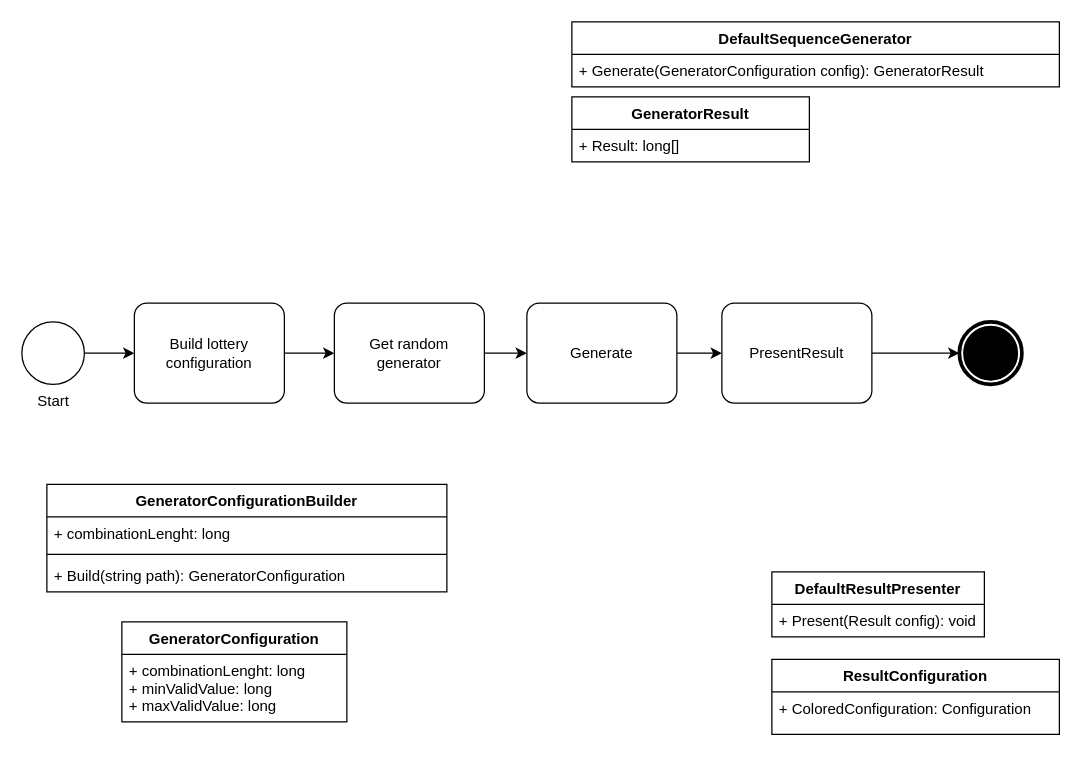
vitaliiTolmachov/LotteryNumberGenerator keeps this draw.io diagram as LotteryNumberGenerator/Diagrams/FlowDiagram.drawio. Above is the earlier version. Source tidied: cells renumbered, new cells numbered last; positions are measured from the earlier drawing's top-left corner, leaving out a move shared by most shapes. Both pictures are drawn from the tidied source at 125%, with x=0, y=0 at pixel (21, 21).
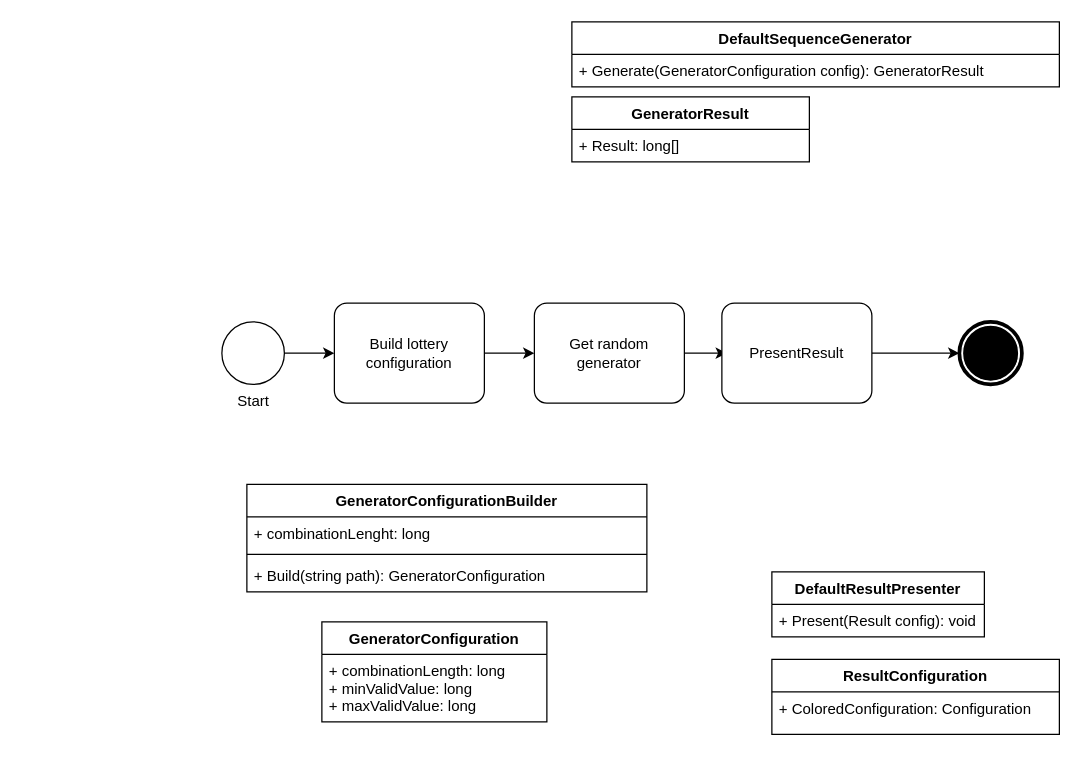
Above is the later version.

The change refers to these unchanged cells:
```xml
<mxCell id="11" value="PresentResult" style="points=[[0.25,0,0],[0.5,0,0],[0.75,0,0],[1,0.25,0],[1,0.5,0],[1,0.75,0],[0.75,1,0],[0.5,1,0],[0.25,1,0],[0,0.75,0],[0,0.5,0],[0,0.25,0]];shape=mxgraph.bpmn.task;whiteSpace=wrap;rectStyle=rounded;size=10;taskMarker=abstract;" parent="1" vertex="1">
  <mxGeometry x="560" y="225" width="120" height="80" as="geometry" />
</mxCell>
```

Diff of the diagram source:
```diff
@@
     <mxCell id="3" value="Start" style="points=[[0.145,0.145,0],[0.5,0,0],[0.855,0.145,0],[1,0.5,0],[0.855,0.855,0],[0.5,1,0],[0.145,0.855,0],[0,0.5,0]];shape=mxgraph.bpmn.event;html=1;verticalLabelPosition=bottom;labelBackgroundColor=#ffffff;verticalAlign=top;align=center;perimeter=ellipsePerimeter;outlineConnect=0;outline=standard;symbol=general;" parent="1" vertex="1">
-      <mxGeometry y="240" width="50" height="50" as="geometry" />
+      <mxGeometry x="160" y="240" width="50" height="50" as="geometry" />
     </mxCell>
@@
     <mxCell id="5" value="Build lottery configuration" style="points=[[0.25,0,0],[0.5,0,0],[0.75,0,0],[1,0.25,0],[1,0.5,0],[1,0.75,0],[0.75,1,0],[0.5,1,0],[0.25,1,0],[0,0.75,0],[0,0.5,0],[0,0.25,0]];shape=mxgraph.bpmn.task;whiteSpace=wrap;rectStyle=rounded;size=10;taskMarker=abstract;" parent="1" vertex="1">
-      <mxGeometry x="90" y="225" width="120" height="80" as="geometry" />
+      <mxGeometry x="250" y="225" width="120" height="80" as="geometry" />
     </mxCell>
-    <mxCell id="6" style="edgeStyle=orthogonalEdgeStyle;rounded=0;jettySize=auto;html=1;" parent="1" edge="1" source="7" target="9">
-      <mxGeometry relative="1" as="geometry" />
+    <mxCell id="6" style="edgeStyle=orthogonalEdgeStyle;rounded=0;jettySize=auto;html=1;" parent="1" edge="1" source="7">
+      <mxGeometry relative="1" as="geometry">
+        <mxPoint x="564" y="265" as="targetPoint" />
+      </mxGeometry>
     </mxCell>
     <mxCell id="7" value="Get random generator" style="points=[[0.25,0,0],[0.5,0,0],[0.75,0,0],[1,0.25,0],[1,0.5,0],[1,0.75,0],[0.75,1,0],[0.5,1,0],[0.25,1,0],[0,0.75,0],[0,0.5,0],[0,0.25,0]];shape=mxgraph.bpmn.task;whiteSpace=wrap;rectStyle=rounded;size=10;taskMarker=abstract;" parent="1" vertex="1">
-      <mxGeometry x="250" y="225" width="120" height="80" as="geometry" />
+      <mxGeometry x="410" y="225" width="120" height="80" as="geometry" />
     </mxCell>
-    <mxCell id="8" style="edgeStyle=orthogonalEdgeStyle;rounded=0;jettySize=auto;html=1;" parent="1" edge="1" source="9" target="11">
-      <mxGeometry relative="1" as="geometry" />
-    </mxCell>
-    <mxCell id="9" value="Generate" style="points=[[0.25,0,0],[0.5,0,0],[0.75,0,0],[1,0.25,0],[1,0.5,0],[1,0.75,0],[0.75,1,0],[0.5,1,0],[0.25,1,0],[0,0.75,0],[0,0.5,0],[0,0.25,0]];shape=mxgraph.bpmn.task;whiteSpace=wrap;rectStyle=rounded;size=10;taskMarker=abstract;" parent="1" vertex="1">
-      <mxGeometry x="404" y="225" width="120" height="80" as="geometry" />
-    </mxCell>
@@
     <mxCell id="13" value="GeneratorConfigurationBuilder" style="swimlane;fontStyle=1;align=center;verticalAlign=top;horizontal=1;startSize=26;" parent="1" vertex="1">
-      <mxGeometry x="20" y="370" width="320" height="86" as="geometry" />
+      <mxGeometry x="180" y="370" width="320" height="86" as="geometry" />
     </mxCell>
@@
     <mxCell id="17" value="GeneratorConfiguration" style="swimlane;fontStyle=1;align=center;verticalAlign=top;horizontal=1;startSize=26;" parent="1" vertex="1">
-      <mxGeometry x="80" y="480" width="180" height="80" as="geometry" />
+      <mxGeometry x="240" y="480" width="180" height="80" as="geometry" />
     </mxCell>
-    <mxCell id="18" value="+ combinationLenght: long&#10;+ minValidValue: long&#10;+ maxValidValue: long" style="text;strokeColor=none;fillColor=none;align=left;verticalAlign=top;spacingLeft=4;spacingRight=4;overflow=hidden;" parent="17" vertex="1">
+    <mxCell id="18" value="+ combinationLength: long&#10;+ minValidValue: long&#10;+ maxValidValue: long" style="text;strokeColor=none;fillColor=none;align=left;verticalAlign=top;spacingLeft=4;spacingRight=4;overflow=hidden;" parent="17" vertex="1">
       <mxGeometry y="26" width="180" height="54" as="geometry" />
     </mxCell>
```
